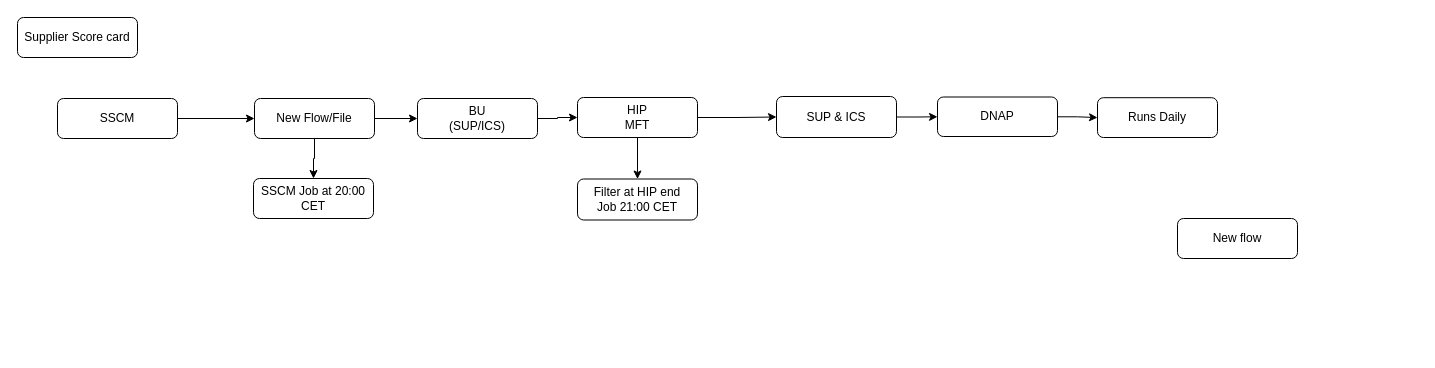
Above: page "supplier classification Score Card" (5 of 5) of quality inspection flow.drawio in nselangovan/powerofdata (draw.io), before the change. Source tidied: cells renumbered, new cells numbered last; positions are measured from the earlier drawing's top-left corner, leaving out a move shared by most shapes. Both pictures are drawn from the tidied source at 100%, with x=0, y=0 at pixel (17, 17).
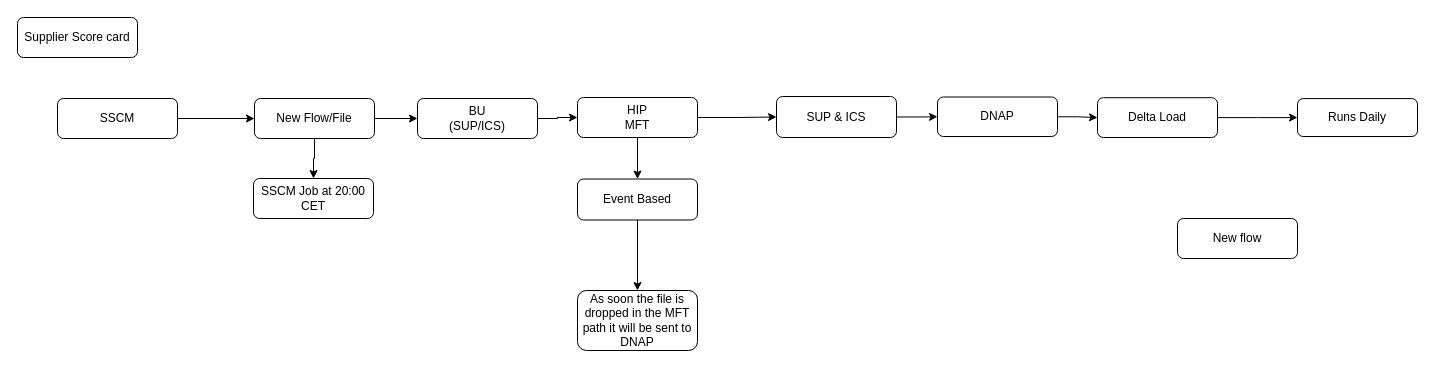
Above is the later version.

The edit, as a diff of the source:
```diff
@@
+    <mxCell id="21" style="edgeStyle=orthogonalEdgeStyle;rounded=0;jettySize=auto;html=1;" parent="1" edge="1" source="17" target="24">
+      <mxGeometry relative="1" as="geometry" />
+    </mxCell>
-    <mxCell id="17" value="Filter at HIP end&lt;br&gt;Job 21:00 CET" style="whiteSpace=wrap;html=1;rounded=1;" parent="1" vertex="1">
+    <mxCell id="17" value="Event Based" style="whiteSpace=wrap;html=1;rounded=1;" parent="1" vertex="1">
       <mxGeometry x="560" y="161.5" width="120" height="41" as="geometry" />
     </mxCell>
+    <mxCell id="22" style="edgeStyle=orthogonalEdgeStyle;rounded=0;jettySize=auto;html=1;" parent="1" edge="1" source="18" target="23">
+      <mxGeometry relative="1" as="geometry" />
+    </mxCell>
-    <mxCell id="18" value="Runs Daily" style="whiteSpace=wrap;html=1;rounded=1;" parent="1" vertex="1">
+    <mxCell id="18" value="Delta Load" style="whiteSpace=wrap;html=1;rounded=1;" parent="1" vertex="1">
       <mxGeometry x="1080" y="80.2" width="120" height="39.8" as="geometry" />
     </mxCell>
@@
+    <mxCell id="23" value="Runs Daily" style="whiteSpace=wrap;html=1;rounded=1;" parent="1" vertex="1">
+      <mxGeometry x="1280" y="81.1" width="120" height="37.9" as="geometry" />
+    </mxCell>
+    <mxCell id="24" value="As soon the file is dropped in the MFT path it will be sent to DNAP" style="whiteSpace=wrap;html=1;rounded=1;" parent="1" vertex="1">
+      <mxGeometry x="560" y="273" width="120" height="60" as="geometry" />
+    </mxCell>
```
